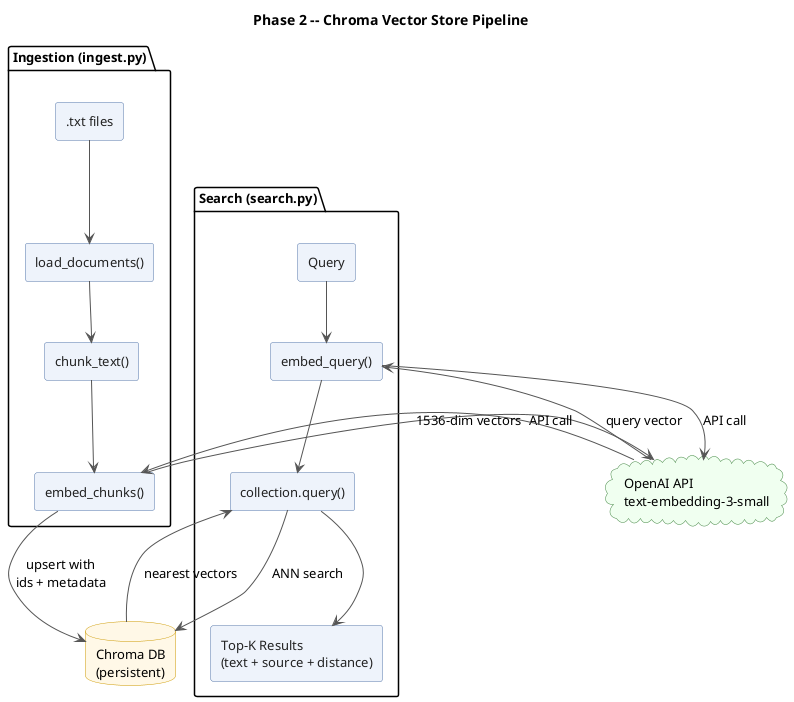
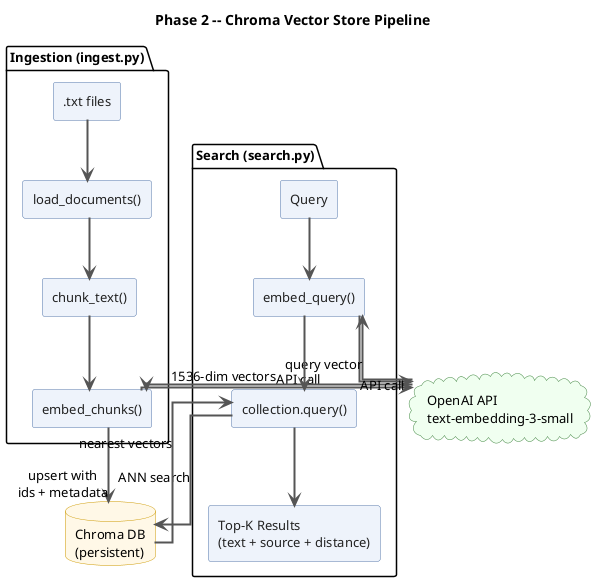
@startuml pipeline-vector-store

skinparam backgroundColor #FFFFFF
skinparam defaultFontName Arial
skinparam defaultFontSize 13
skinparam ArrowColor #555555
+ skinparam ArrowThickness 2
skinparam componentStyle rectangle
+ skinparam linetype ortho

skinparam component {
  BackgroundColor #EEF3FB
  BorderColor #5577AA
  FontColor #222222
}

skinparam database {
  BackgroundColor #FFF8E7
  BorderColor #CC9900
}

skinparam cloud {
  BackgroundColor #F0FFF0
  BorderColor #448844
}

title Phase 2 -- Chroma Vector Store Pipeline

package "Ingestion (ingest.py)" {
  [.txt files] as docs
  [load_documents()] as load
  [chunk_text()] as chunk
  [embed_chunks()] as embed
}

cloud "OpenAI API\ntext-embedding-3-small" as openai

database "Chroma DB\n(persistent)" as chroma

package "Search (search.py)" {
  [Query] as query
  [embed_query()] as embedq
  [collection.query()] as cquery
  [Top-K Results\n(text + source + distance)] as results
}

docs --> load
load --> chunk
chunk --> embed
embed --> openai : API call
openai --> embed : 1536-dim vectors
embed --> chroma : upsert with\nids + metadata

query --> embedq
embedq --> openai : API call
openai --> embedq : query vector
embedq --> cquery
cquery --> chroma : ANN search
chroma --> cquery : nearest vectors
cquery --> results

@enduml
